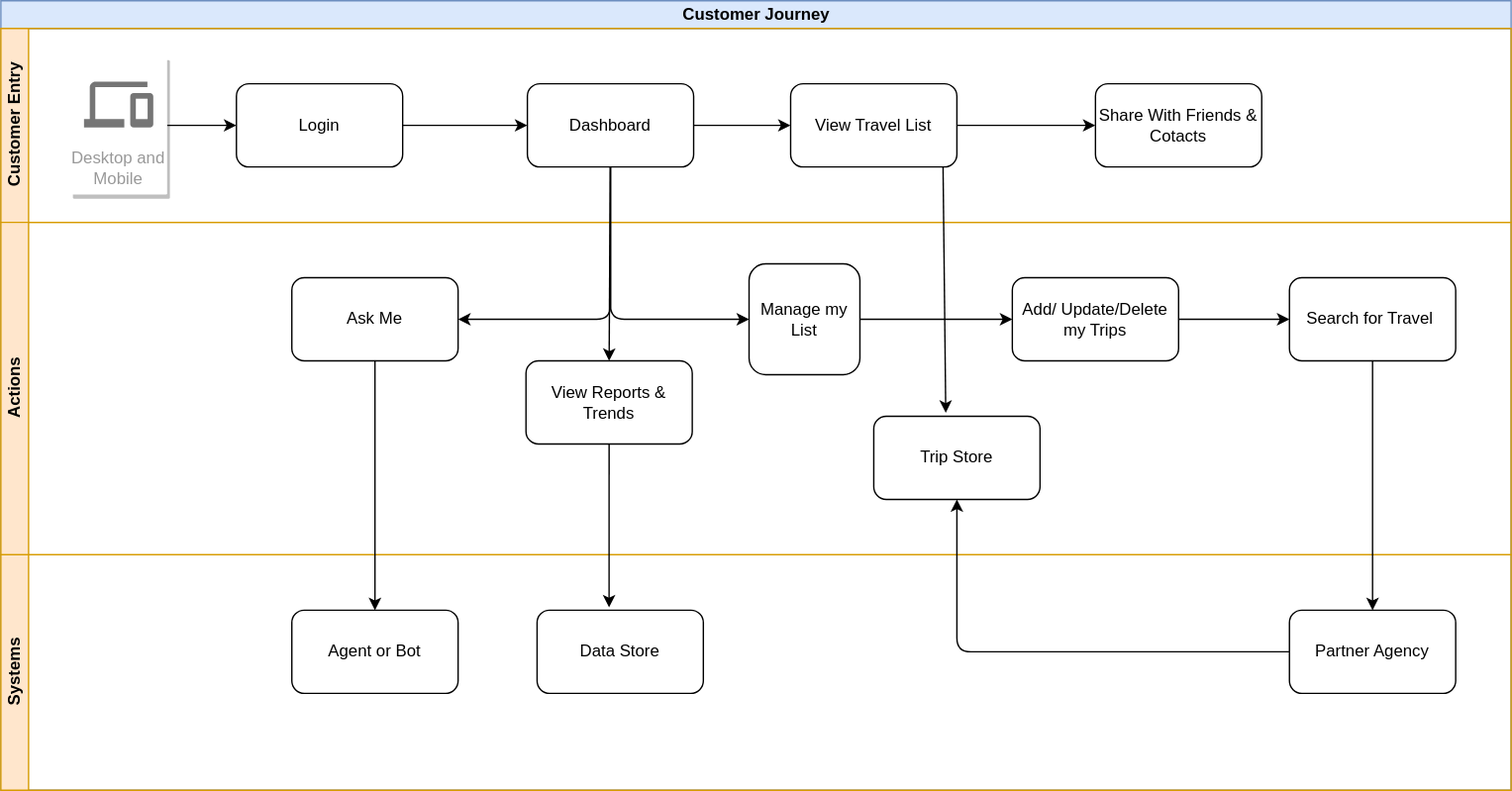
This is Architecture/cj.svg from ArchNinjas/road-warrior, a draw.io export, as it was before one commit. Source tidied: cells renumbered, new cells last; positions are measured from the earlier drawing's top-left corner, leaving out a move shared by most shapes.
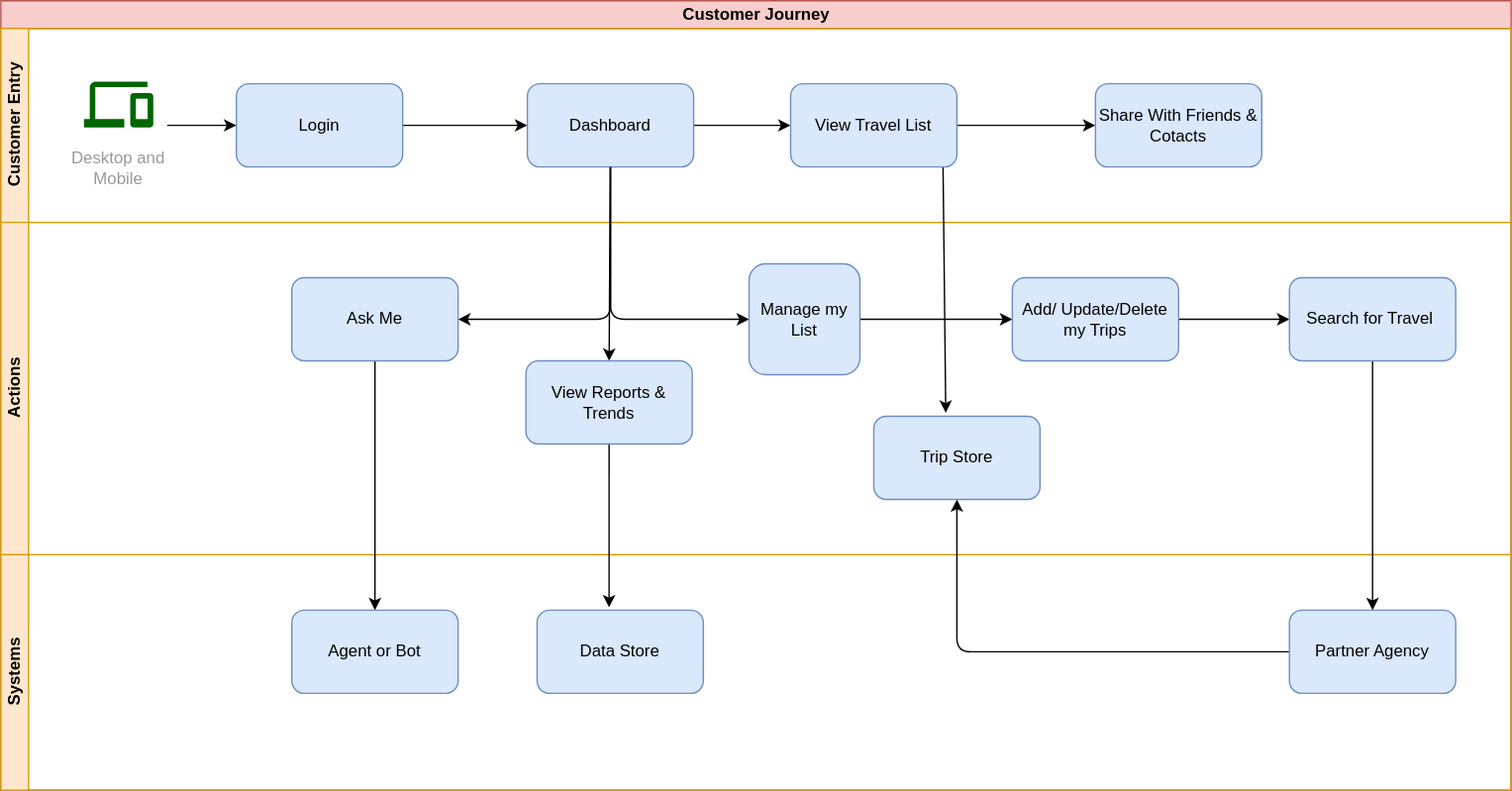
After the change.

The edit, as a diff of the source:
```diff
@@ -2,7 +2,7 @@
   <root>
     <mxCell id="0" />
     <mxCell id="1" parent="0" />
-    <mxCell id="2" value="Customer Journey" style="swimlane;horizontal=1;startSize=20;html=1;fillColor=#dae8fc;strokeColor=#6c8ebf;" parent="1" vertex="1">
+    <mxCell id="2" value="Customer Journey" style="swimlane;horizontal=1;startSize=20;html=1;fillColor=#f8cecc;strokeColor=#b85450;" parent="1" vertex="1">
       <mxGeometry width="1090" height="570" as="geometry" />
     </mxCell>
     <mxCell id="3" value="Customer Entry" style="swimlane;startSize=20;horizontal=0;html=1;swimlaneLine=1;shadow=0;fillColor=#ffe6cc;strokeColor=#d79b00;" parent="2" vertex="1">
@@ -17,7 +17,7 @@
     <mxCell id="6" style="edgeStyle=none;html=1;entryX=0;entryY=0.5;entryDx=0;entryDy=0;" parent="1" edge="1" source="7" target="11">
       <mxGeometry relative="1" as="geometry" />
     </mxCell>
-    <mxCell id="7" value="Login" style="rounded=1;whiteSpace=wrap;html=1;" parent="1" vertex="1">
+    <mxCell id="7" value="Login" style="rounded=1;whiteSpace=wrap;html=1;fillColor=#dae8fc;strokeColor=#6c8ebf;" parent="1" vertex="1">
       <mxGeometry x="170" y="60" width="120" height="60" as="geometry" />
     </mxCell>
     <mxCell id="8" style="edgeStyle=none;html=1;entryX=0;entryY=0.5;entryDx=0;entryDy=0;" parent="1" edge="1" source="11" target="15">
@@ -33,7 +33,7 @@
     <mxCell id="10" style="edgeStyle=none;rounded=1;html=1;entryX=0.5;entryY=0;entryDx=0;entryDy=0;" parent="1" edge="1" source="11" target="31">
       <mxGeometry relative="1" as="geometry" />
     </mxCell>
-    <mxCell id="11" value="Dashboard" style="rounded=1;whiteSpace=wrap;html=1;" parent="1" vertex="1">
+    <mxCell id="11" value="Dashboard" style="rounded=1;whiteSpace=wrap;html=1;fillColor=#dae8fc;strokeColor=#6c8ebf;" parent="1" vertex="1">
       <mxGeometry x="380" y="60" width="120" height="60" as="geometry" />
     </mxCell>
     <mxCell id="12" style="edgeStyle=none;html=1;exitX=0.5;exitY=1;exitDx=0;exitDy=0;" parent="1" edge="1" source="11" target="17">
@@ -53,25 +53,25 @@
         </Array>
       </mxGeometry>
     </mxCell>
-    <mxCell id="15" value="View Travel List" style="rounded=1;whiteSpace=wrap;html=1;" parent="1" vertex="1">
+    <mxCell id="15" value="View Travel List" style="rounded=1;whiteSpace=wrap;html=1;fillColor=#dae8fc;strokeColor=#6c8ebf;" parent="1" vertex="1">
       <mxGeometry x="570" y="60" width="120" height="60" as="geometry" />
     </mxCell>
     <mxCell id="16" style="edgeStyle=none;html=1;" parent="1" edge="1" source="17" target="19">
       <mxGeometry relative="1" as="geometry" />
     </mxCell>
-    <mxCell id="17" value="Manage my List" style="rounded=1;whiteSpace=wrap;html=1;fontFamily=Helvetica;fontSize=12;fontColor=default;align=center;strokeColor=default;fillColor=default;" parent="1" vertex="1">
+    <mxCell id="17" value="Manage my List" style="rounded=1;whiteSpace=wrap;html=1;fontFamily=Helvetica;fontSize=12;align=center;strokeColor=#6c8ebf;fillColor=#dae8fc;" parent="1" vertex="1">
       <mxGeometry x="540" y="190" width="80" height="80" as="geometry" />
     </mxCell>
     <mxCell id="18" style="edgeStyle=none;html=1;" parent="1" edge="1" source="19" target="21">
       <mxGeometry relative="1" as="geometry" />
     </mxCell>
-    <mxCell id="19" value="Add/ Update/Delete my Trips" style="whiteSpace=wrap;html=1;rounded=1;" parent="1" vertex="1">
+    <mxCell id="19" value="Add/ Update/Delete my Trips" style="whiteSpace=wrap;html=1;rounded=1;fillColor=#dae8fc;strokeColor=#6c8ebf;" parent="1" vertex="1">
       <mxGeometry x="730" y="200" width="120" height="60" as="geometry" />
     </mxCell>
     <mxCell id="20" style="edgeStyle=none;html=1;" parent="1" edge="1" source="21" target="23">
       <mxGeometry relative="1" as="geometry" />
     </mxCell>
-    <mxCell id="21" value="Search for Travel&amp;nbsp;" style="whiteSpace=wrap;html=1;rounded=1;" parent="1" vertex="1">
+    <mxCell id="21" value="Search for Travel&amp;nbsp;" style="whiteSpace=wrap;html=1;rounded=1;fillColor=#dae8fc;strokeColor=#6c8ebf;" parent="1" vertex="1">
       <mxGeometry x="930" y="200" width="120" height="60" as="geometry" />
     </mxCell>
     <mxCell id="22" style="edgeStyle=none;rounded=1;html=1;" parent="1" edge="1" source="23" target="25">
@@ -81,40 +81,40 @@
         </Array>
       </mxGeometry>
     </mxCell>
-    <mxCell id="23" value="Partner Agency" style="whiteSpace=wrap;html=1;rounded=1;" parent="1" vertex="1">
+    <mxCell id="23" value="Partner Agency" style="whiteSpace=wrap;html=1;rounded=1;fillColor=#dae8fc;strokeColor=#6c8ebf;" parent="1" vertex="1">
       <mxGeometry x="930" y="440" width="120" height="60" as="geometry" />
     </mxCell>
-    <mxCell id="24" value="Share With Friends &amp;amp; Cotacts" style="whiteSpace=wrap;html=1;rounded=1;" parent="1" vertex="1">
+    <mxCell id="24" value="Share With Friends &amp;amp; Cotacts" style="whiteSpace=wrap;html=1;rounded=1;fillColor=#dae8fc;strokeColor=#6c8ebf;" parent="1" vertex="1">
       <mxGeometry x="790" y="60" width="120" height="60" as="geometry" />
     </mxCell>
-    <mxCell id="25" value="Trip Store" style="rounded=1;whiteSpace=wrap;html=1;" parent="1" vertex="1">
+    <mxCell id="25" value="Trip Store" style="rounded=1;whiteSpace=wrap;html=1;fillColor=#dae8fc;strokeColor=#6c8ebf;" parent="1" vertex="1">
       <mxGeometry x="630" y="300" width="120" height="60" as="geometry" />
     </mxCell>
     <mxCell id="26" style="edgeStyle=none;rounded=1;html=1;entryX=0.5;entryY=0;entryDx=0;entryDy=0;" parent="1" edge="1" source="27" target="28">
       <mxGeometry relative="1" as="geometry" />
     </mxCell>
-    <mxCell id="27" value="Ask Me" style="rounded=1;whiteSpace=wrap;html=1;" parent="1" vertex="1">
+    <mxCell id="27" value="Ask Me" style="rounded=1;whiteSpace=wrap;html=1;fillColor=#dae8fc;strokeColor=#6c8ebf;" parent="1" vertex="1">
       <mxGeometry x="210" y="200" width="120" height="60" as="geometry" />
     </mxCell>
-    <mxCell id="28" value="Agent or Bot" style="rounded=1;whiteSpace=wrap;html=1;" parent="1" vertex="1">
+    <mxCell id="28" value="Agent or Bot" style="rounded=1;whiteSpace=wrap;html=1;fillColor=#dae8fc;strokeColor=#6c8ebf;" parent="1" vertex="1">
       <mxGeometry x="210" y="440" width="120" height="60" as="geometry" />
     </mxCell>
-    <mxCell id="29" value="Data Store" style="rounded=1;whiteSpace=wrap;html=1;" parent="1" vertex="1">
+    <mxCell id="29" value="Data Store" style="rounded=1;whiteSpace=wrap;html=1;fillColor=#dae8fc;strokeColor=#6c8ebf;" parent="1" vertex="1">
       <mxGeometry x="387" y="440" width="120" height="60" as="geometry" />
     </mxCell>
     <mxCell id="30" style="edgeStyle=none;rounded=1;html=1;entryX=0.433;entryY=-0.033;entryDx=0;entryDy=0;entryPerimeter=0;" parent="1" edge="1" source="31" target="29">
       <mxGeometry relative="1" as="geometry" />
     </mxCell>
-    <mxCell id="31" value="View Reports &amp;amp; Trends" style="rounded=1;whiteSpace=wrap;html=1;" parent="1" vertex="1">
+    <mxCell id="31" value="View Reports &amp;amp; Trends" style="rounded=1;whiteSpace=wrap;html=1;fillColor=#dae8fc;strokeColor=#6c8ebf;" parent="1" vertex="1">
       <mxGeometry x="379" y="260" width="120" height="60" as="geometry" />
     </mxCell>
     <mxCell id="32" style="edgeStyle=none;html=1;entryX=0;entryY=0.5;entryDx=0;entryDy=0;" parent="1" edge="1" source="33" target="7">
       <mxGeometry relative="1" as="geometry" />
     </mxCell>
-    <mxCell id="33" value="Desktop and Mobile" style="strokeColor=none;shadow=1;strokeWidth=1;rounded=1;absoluteArcSize=1;arcSize=2;labelPosition=center;verticalLabelPosition=middle;align=center;verticalAlign=bottom;spacingLeft=0;fontColor=#999999;fontSize=12;whiteSpace=wrap;spacingBottom=2;" parent="1" vertex="1">
+    <mxCell id="33" value="Desktop and Mobile" style="strokeColor=none;shadow=1;strokeWidth=1;rounded=1;absoluteArcSize=1;arcSize=2;labelPosition=center;verticalLabelPosition=middle;align=center;verticalAlign=bottom;spacingLeft=0;fontColor=#999999;fontSize=12;whiteSpace=wrap;spacingBottom=2;fillColor=none;" parent="1" vertex="1">
       <mxGeometry x="50" y="40" width="70" height="100" as="geometry" />
     </mxCell>
-    <mxCell id="34" style="sketch=0;dashed=0;html=1;fillColor=#757575;strokeColor=none;shape=mxgraph.gcp2.desktop_and_mobile;" parent="33" vertex="1">
+    <mxCell id="34" style="sketch=0;dashed=0;html=1;fillColor=#006600;strokeColor=none;shape=mxgraph.gcp2.desktop_and_mobile;" parent="33" vertex="1">
       <mxGeometry x="0.5" width="50" height="33" relative="1" as="geometry">
         <mxPoint x="-25" y="18.5" as="offset" />
       </mxGeometry>
```
